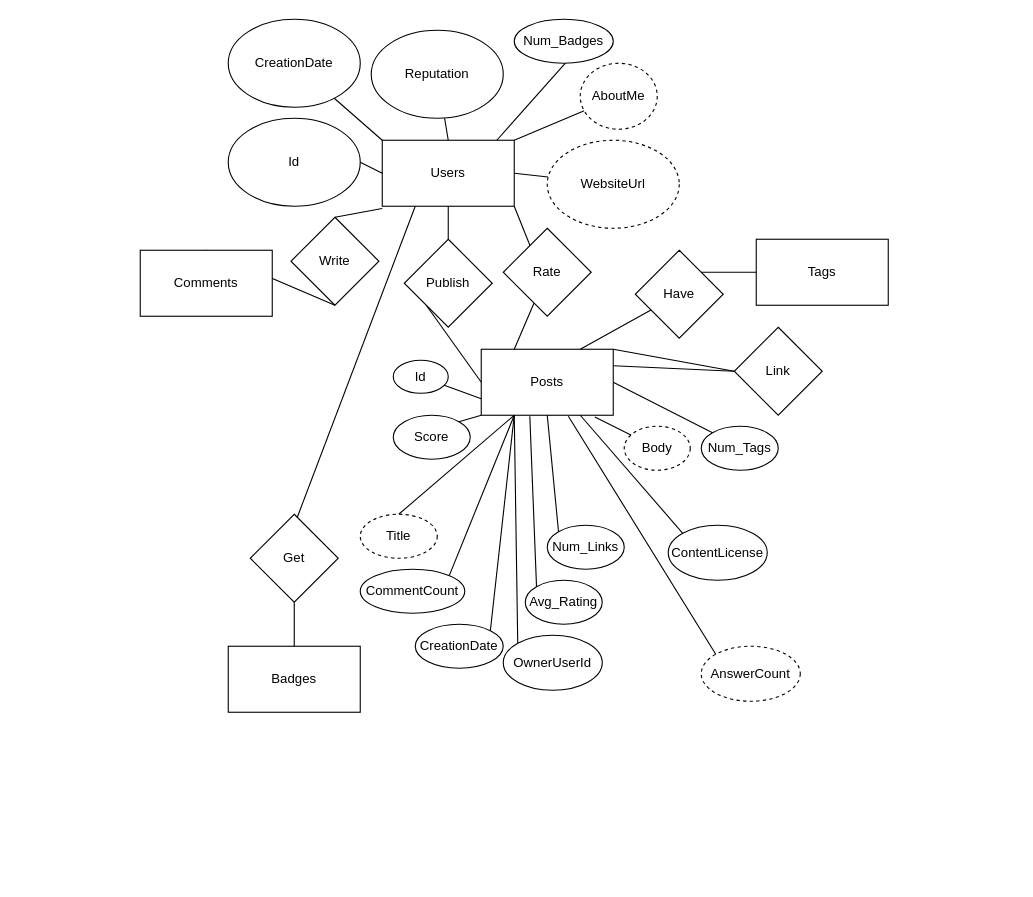
Before: Project1.drawio in Hijetsurgery/DMAProject1, a draw.io diagram. Source tidied: cells renumbered, new cells numbered last; positions are measured from the earlier drawing's top-left corner, leaving out a move shared by most shapes. Both pictures are drawn from the tidied source at 110%, with x=0, y=0 at pixel (140, 19).
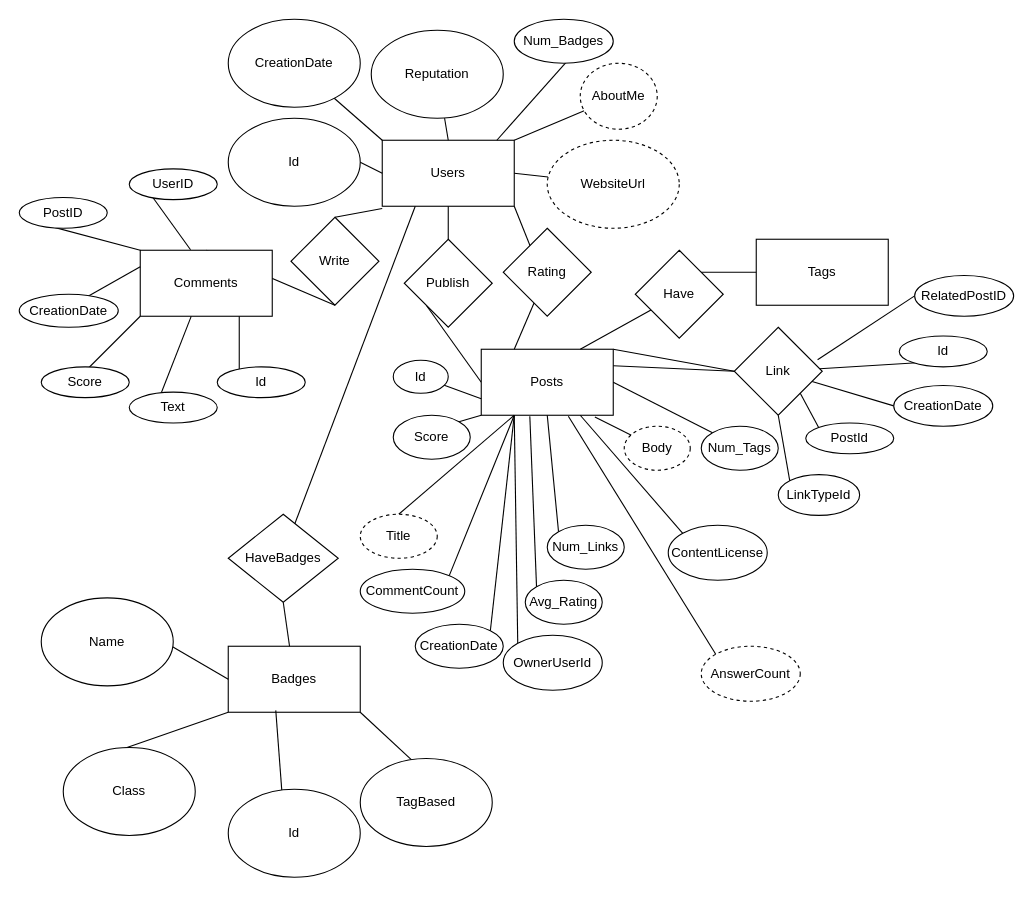
The same page after the edit.

The change refers to these unchanged cells:
```xml
<mxCell id="16" value="Comments" style="rounded=0;whiteSpace=wrap;html=1;" parent="1" vertex="1">
  <mxGeometry y="210" width="120" height="60" as="geometry" />
</mxCell>
<mxCell id="27" value="Badges" style="rounded=0;whiteSpace=wrap;html=1;" parent="1" vertex="1">
  <mxGeometry x="80" y="570" width="120" height="60" as="geometry" />
</mxCell>
<mxCell id="29" value="Link" style="rhombus;whiteSpace=wrap;html=1;" parent="1" vertex="1">
  <mxGeometry x="540" y="280" width="80" height="80" as="geometry" />
</mxCell>
```

Change to the diagram source:
```diff
@@
-    <mxCell id="22" value="Rate" style="rhombus;whiteSpace=wrap;html=1;" parent="1" vertex="1">
+    <mxCell id="22" value="Rating" style="rhombus;whiteSpace=wrap;html=1;" parent="1" vertex="1">
       <mxGeometry x="330" y="190" width="80" height="80" as="geometry" />
     </mxCell>
@@
-    <mxCell id="25" value="Get" style="rhombus;whiteSpace=wrap;html=1;" parent="1" vertex="1">
-      <mxGeometry x="100" y="450" width="80" height="80" as="geometry" />
+    <mxCell id="25" value="HaveBadges" style="rhombus;whiteSpace=wrap;html=1;" parent="1" vertex="1">
+      <mxGeometry x="80" y="450" width="100" height="80" as="geometry" />
     </mxCell>
@@
+    <mxCell id="61" style="endArrow=none;html=1;rounded=0;entryX=0.36;entryY=0.971;entryDx=0;entryDy=0;entryPerimeter=0;exitX=0.407;exitY=0.041;exitDx=0;exitDy=0;exitPerimeter=0;" parent="1" edge="1" source="62" target="27">
+      <mxGeometry relative="1" as="geometry" />
+    </mxCell>
+    <mxCell id="62" value="Id" style="ellipse;whiteSpace=wrap;html=1;" parent="1" vertex="1">
+      <mxGeometry x="80" y="700" width="120" height="80" as="geometry" />
+    </mxCell>
+    <mxCell id="63" style="endArrow=none;html=1;rounded=0;entryX=0;entryY=1;entryDx=0;entryDy=0;exitX=0.407;exitY=0.041;exitDx=0;exitDy=0;exitPerimeter=0;" parent="1" edge="1" source="64" target="27">
+      <mxGeometry relative="1" as="geometry" />
+    </mxCell>
+    <mxCell id="64" value="Class" style="ellipse;whiteSpace=wrap;html=1;" parent="1" vertex="1">
+      <mxGeometry x="-70" y="662" width="120" height="80" as="geometry" />
+    </mxCell>
+    <mxCell id="65" style="endArrow=none;html=1;rounded=0;entryX=0;entryY=0.5;entryDx=0;entryDy=0;exitX=0.407;exitY=0.041;exitDx=0;exitDy=0;exitPerimeter=0;" parent="1" edge="1" source="66" target="27">
+      <mxGeometry relative="1" as="geometry" />
+    </mxCell>
+    <mxCell id="66" value="Name" style="ellipse;whiteSpace=wrap;html=1;" parent="1" vertex="1">
+      <mxGeometry x="-90" y="526" width="120" height="80" as="geometry" />
+    </mxCell>
+    <mxCell id="67" style="endArrow=none;html=1;rounded=0;entryX=1;entryY=1;entryDx=0;entryDy=0;exitX=0.407;exitY=0.041;exitDx=0;exitDy=0;exitPerimeter=0;" parent="1" edge="1" source="68" target="27">
+      <mxGeometry relative="1" as="geometry" />
+    </mxCell>
+    <mxCell id="68" value="TagBased" style="ellipse;whiteSpace=wrap;html=1;" parent="1" vertex="1">
+      <mxGeometry x="200" y="672" width="120" height="80" as="geometry" />
+    </mxCell>
+    <mxCell id="69" style="endArrow=none;html=1;rounded=0;entryX=0.75;entryY=1;entryDx=0;entryDy=0;" parent="1" edge="1" target="16">
+      <mxGeometry relative="1" as="geometry">
+        <mxPoint x="90" y="340" as="sourcePoint" />
+      </mxGeometry>
+    </mxCell>
+    <mxCell id="70" value="Id" style="ellipse;whiteSpace=wrap;html=1;" parent="1" vertex="1">
+      <mxGeometry x="70" y="316" width="80" height="28" as="geometry" />
+    </mxCell>
+    <mxCell id="71" style="endArrow=none;html=1;rounded=0;entryX=0;entryY=1;entryDx=0;entryDy=0;" parent="1" edge="1" target="16">
+      <mxGeometry relative="1" as="geometry">
+        <mxPoint x="-70" y="340" as="sourcePoint" />
+      </mxGeometry>
+    </mxCell>
+    <mxCell id="72" value="Score" style="ellipse;whiteSpace=wrap;html=1;" parent="1" vertex="1">
+      <mxGeometry x="-90" y="316" width="80" height="28" as="geometry" />
+    </mxCell>
+    <mxCell id="73" style="endArrow=none;html=1;rounded=0;entryX=0.386;entryY=1.002;entryDx=0;entryDy=0;entryPerimeter=0;" parent="1" edge="1" target="16">
+      <mxGeometry relative="1" as="geometry">
+        <mxPoint x="10" y="363" as="sourcePoint" />
+      </mxGeometry>
+    </mxCell>
+    <mxCell id="74" value="Text" style="ellipse;whiteSpace=wrap;html=1;" parent="1" vertex="1">
+      <mxGeometry x="-10" y="339" width="80" height="28" as="geometry" />
+    </mxCell>
+    <mxCell id="75" style="endArrow=none;html=1;rounded=0;entryX=0;entryY=0.25;entryDx=0;entryDy=0;" parent="1" edge="1" target="16">
+      <mxGeometry relative="1" as="geometry">
+        <mxPoint x="-90" y="276" as="sourcePoint" />
+      </mxGeometry>
+    </mxCell>
+    <mxCell id="76" value="CreationDate" style="ellipse;whiteSpace=wrap;html=1;" parent="1" vertex="1">
+      <mxGeometry x="-110" y="250" width="90" height="30" as="geometry" />
+    </mxCell>
+    <mxCell id="77" style="endArrow=none;html=1;rounded=0;entryX=0;entryY=0;entryDx=0;entryDy=0;" parent="1" edge="1" target="16">
+      <mxGeometry relative="1" as="geometry">
+        <mxPoint x="-90" y="186" as="sourcePoint" />
+      </mxGeometry>
+    </mxCell>
+    <mxCell id="78" value="PostID" style="ellipse;whiteSpace=wrap;html=1;" parent="1" vertex="1">
+      <mxGeometry x="-110" y="162" width="80" height="28" as="geometry" />
+    </mxCell>
+    <mxCell id="79" style="endArrow=none;html=1;rounded=0;entryX=0.381;entryY=-0.008;entryDx=0;entryDy=0;entryPerimeter=0;" parent="1" edge="1" target="16">
+      <mxGeometry relative="1" as="geometry">
+        <mxPoint x="10" y="160" as="sourcePoint" />
+      </mxGeometry>
+    </mxCell>
+    <mxCell id="80" value="UserID" style="ellipse;whiteSpace=wrap;html=1;" parent="1" vertex="1">
+      <mxGeometry x="-10" y="136" width="80" height="28" as="geometry" />
+    </mxCell>
+    <mxCell id="81" style="endArrow=none;html=1;rounded=0;" parent="1" edge="1" target="29">
+      <mxGeometry relative="1" as="geometry">
+        <mxPoint x="710" y="312" as="sourcePoint" />
+      </mxGeometry>
+    </mxCell>
+    <mxCell id="82" value="Id" style="ellipse;whiteSpace=wrap;html=1;" parent="1" vertex="1">
+      <mxGeometry x="690" y="288" width="80" height="28" as="geometry" />
+    </mxCell>
+    <mxCell id="83" style="endArrow=none;html=1;rounded=0;exitX=0;exitY=0.5;exitDx=0;exitDy=0;" parent="1" edge="1" source="84" target="29">
+      <mxGeometry relative="1" as="geometry" />
+    </mxCell>
+    <mxCell id="84" value="CreationDate" style="ellipse;whiteSpace=wrap;html=1;" parent="1" vertex="1">
+      <mxGeometry x="685" y="333" width="90" height="37" as="geometry" />
+    </mxCell>
+    <mxCell id="85" value="PostId" style="ellipse;whiteSpace=wrap;html=1;" parent="1" vertex="1">
+      <mxGeometry x="605" y="367" width="80" height="28" as="geometry" />
+    </mxCell>
+    <mxCell id="86" style="endArrow=none;html=1;rounded=0;entryX=1;entryY=1;entryDx=0;entryDy=0;exitX=0;exitY=0;exitDx=0;exitDy=0;" parent="1" edge="1" source="85" target="29">
+      <mxGeometry relative="1" as="geometry" />
+    </mxCell>
+    <mxCell id="87" style="endArrow=none;html=1;rounded=0;exitX=0;exitY=0.5;exitDx=0;exitDy=0;entryX=0.947;entryY=0.369;entryDx=0;entryDy=0;entryPerimeter=0;" parent="1" edge="1" source="88" target="29">
+      <mxGeometry relative="1" as="geometry" />
+    </mxCell>
+    <mxCell id="88" value="RelatedPostID" style="ellipse;whiteSpace=wrap;html=1;" parent="1" vertex="1">
+      <mxGeometry x="704" y="233" width="90" height="37" as="geometry" />
+    </mxCell>
+    <mxCell id="89" style="endArrow=none;html=1;rounded=0;entryX=0.5;entryY=1;entryDx=0;entryDy=0;exitX=0;exitY=0;exitDx=0;exitDy=0;" parent="1" edge="1" source="90" target="29">
+      <mxGeometry relative="1" as="geometry" />
+    </mxCell>
+    <mxCell id="90" value="LinkTypeId" style="ellipse;whiteSpace=wrap;html=1;" parent="1" vertex="1">
+      <mxGeometry x="580" y="414" width="74" height="37" as="geometry" />
+    </mxCell>
```
